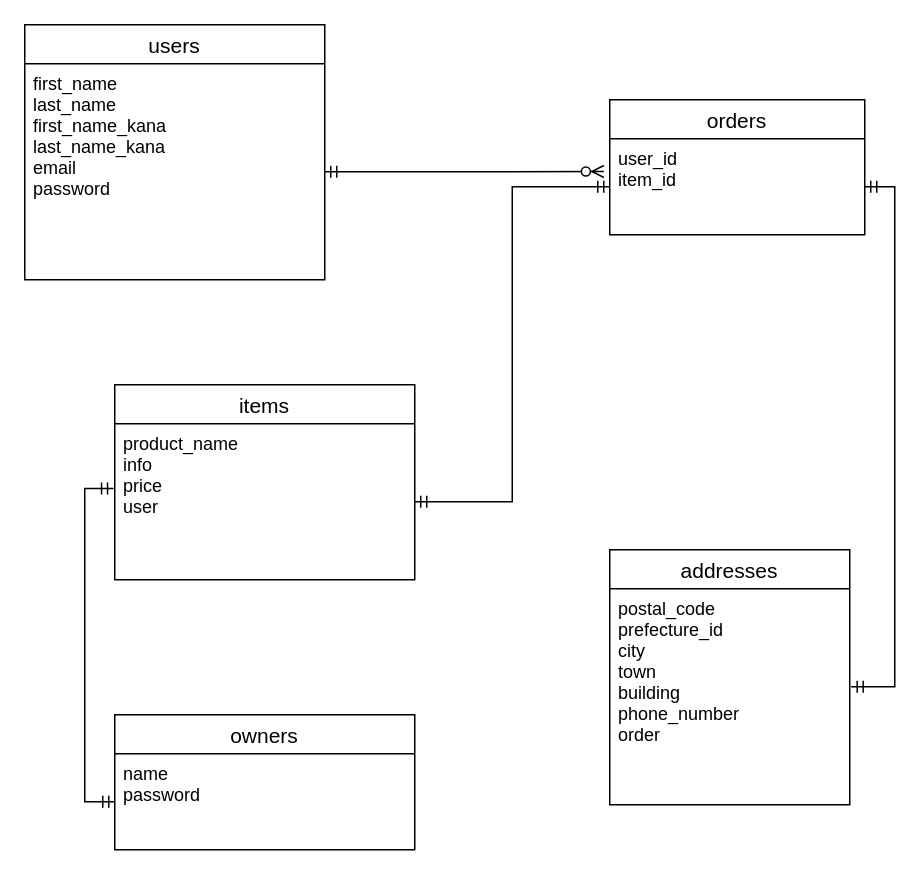
This is test.dio from kodairafumikazu/tomori_app, a draw.io file, before an edit. Source tidied: cells renumbered, new cells numbered last; positions are measured from the earlier drawing's top-left corner, leaving out a move shared by most shapes. Both pictures are drawn from the tidied source at 150%, with x=0, y=0 at pixel (24, 24).
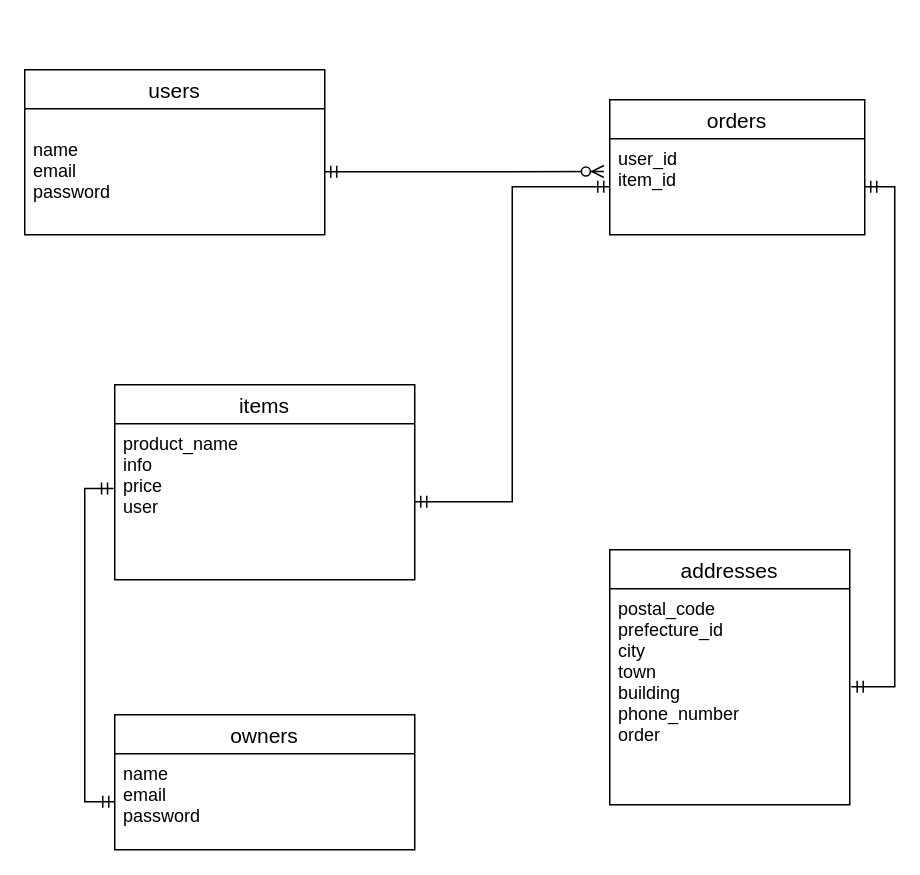
Above is the later version.

What changed in the source:
```diff
@@
 <mxGraphModel>
   <root>
     <mxCell id="0" />
     <mxCell id="1" parent="0" />
     <mxCell id="2" value="users" style="swimlane;fontStyle=0;horizontal=1;startSize=26;align=center;fontSize=14;" parent="1" vertex="1">
-      <mxGeometry width="200" height="170" as="geometry" />
+      <mxGeometry y="30" width="200" height="110" as="geometry" />
     </mxCell>
-    <mxCell id="3" value="first_name&#10;last_name&#10;first_name_kana&#10;last_name_kana&#10;email&#10;password&#10;" style="text;strokeColor=none;fillColor=none;spacingLeft=4;spacingRight=4;overflow=hidden;points=[[0,0.5],[1,0.5]];portConstraint=eastwest;fontSize=12;" parent="2" vertex="1">
-      <mxGeometry y="26" width="200" height="144" as="geometry" />
+    <mxCell id="3" value="&#10;name&#10;email&#10;password&#10;" style="text;strokeColor=none;fillColor=none;spacingLeft=4;spacingRight=4;overflow=hidden;points=[[0,0.5],[1,0.5]];portConstraint=eastwest;fontSize=12;" parent="2" vertex="1">
+      <mxGeometry y="26" width="200" height="84" as="geometry" />
     </mxCell>
     <mxCell id="4" value="orders" style="swimlane;fontStyle=0;horizontal=1;startSize=26;align=center;fontSize=14;" parent="1" vertex="1">
       <mxGeometry x="390" y="50" width="170" height="90" as="geometry" />
     </mxCell>
     <mxCell id="5" value="user_id&#10;item_id&#10;" style="text;strokeColor=none;fillColor=none;spacingLeft=4;spacingRight=4;overflow=hidden;points=[[0,0.5],[1,0.5]];portConstraint=eastwest;fontSize=12;" parent="4" vertex="1">
       <mxGeometry y="26" width="170" height="64" as="geometry" />
     </mxCell>
     <mxCell id="6" value="addresses" style="swimlane;fontStyle=0;horizontal=1;startSize=26;align=center;fontSize=14;" parent="1" vertex="1">
       <mxGeometry x="390" y="350" width="160" height="170" as="geometry" />
     </mxCell>
     <mxCell id="7" value="postal_code&#10;prefecture_id&#10;city&#10;town&#10;building&#10;phone_number&#10;order" style="text;strokeColor=none;fillColor=none;spacingLeft=4;spacingRight=4;overflow=hidden;points=[[0,0.5],[1,0.5]];portConstraint=eastwest;fontSize=12;" parent="6" vertex="1">
       <mxGeometry y="26" width="160" height="144" as="geometry" />
     </mxCell>
     <mxCell id="8" style="edgeStyle=orthogonalEdgeStyle;rounded=0;jettySize=auto;html=1;exitX=1;exitY=0.5;exitDx=0;exitDy=0;entryX=1.006;entryY=0.454;entryDx=0;entryDy=0;entryPerimeter=0;startArrow=ERmandOne;startFill=0;endArrow=ERmandOne;endFill=0;" parent="1" edge="1" source="5" target="7">
       <mxGeometry relative="1" as="geometry" />
     </mxCell>
     <mxCell id="9" style="edgeStyle=orthogonalEdgeStyle;rounded=0;jettySize=auto;html=1;exitX=1;exitY=0.5;exitDx=0;exitDy=0;entryX=-0.023;entryY=0.341;entryDx=0;entryDy=0;entryPerimeter=0;startArrow=ERmandOne;startFill=0;endArrow=ERzeroToMany;endFill=1;" parent="1" edge="1" source="3" target="5">
       <mxGeometry relative="1" as="geometry" />
     </mxCell>
     <mxCell id="10" value="items" style="swimlane;fontStyle=0;horizontal=1;startSize=26;align=center;fontSize=14;" parent="1" vertex="1">
       <mxGeometry x="60" y="240" width="200" height="130" as="geometry" />
     </mxCell>
     <mxCell id="11" value="product_name&#10;info&#10;price&#10;user" style="text;strokeColor=none;fillColor=none;spacingLeft=4;spacingRight=4;overflow=hidden;points=[[0,0.5],[1,0.5]];portConstraint=eastwest;fontSize=12;" parent="10" vertex="1">
       <mxGeometry y="26" width="200" height="104" as="geometry" />
     </mxCell>
     <mxCell id="12" style="edgeStyle=orthogonalEdgeStyle;rounded=0;jettySize=auto;html=1;exitX=1;exitY=0.5;exitDx=0;exitDy=0;startArrow=ERmandOne;startFill=0;endArrow=ERmandOne;endFill=0;entryX=0;entryY=0.5;entryDx=0;entryDy=0;" parent="1" edge="1" source="11" target="5">
       <mxGeometry relative="1" as="geometry" />
     </mxCell>
     <mxCell id="13" value="owners" style="swimlane;fontStyle=0;horizontal=1;startSize=26;align=center;fontSize=14;" parent="1" vertex="1">
       <mxGeometry x="60" y="460" width="200" height="90" as="geometry" />
     </mxCell>
-    <mxCell id="14" value="name&#10;password" style="text;strokeColor=none;fillColor=none;spacingLeft=4;spacingRight=4;overflow=hidden;points=[[0,0.5],[1,0.5]];portConstraint=eastwest;fontSize=12;" parent="13" vertex="1">
+    <mxCell id="14" value="name&#10;email&#10;password" style="text;strokeColor=none;fillColor=none;spacingLeft=4;spacingRight=4;overflow=hidden;points=[[0,0.5],[1,0.5]];portConstraint=eastwest;fontSize=12;" parent="13" vertex="1">
       <mxGeometry y="26" width="200" height="64" as="geometry" />
     </mxCell>
     <mxCell id="15" style="edgeStyle=orthogonalEdgeStyle;rounded=0;jettySize=auto;html=1;exitX=0;exitY=0.5;exitDx=0;exitDy=0;entryX=-0.004;entryY=0.415;entryDx=0;entryDy=0;entryPerimeter=0;startArrow=ERmandOne;startFill=0;endArrow=ERmandOne;endFill=0;" parent="1" edge="1" source="14" target="11">
       <mxGeometry relative="1" as="geometry" />
     </mxCell>
   </root>
 </mxGraphModel>
```
